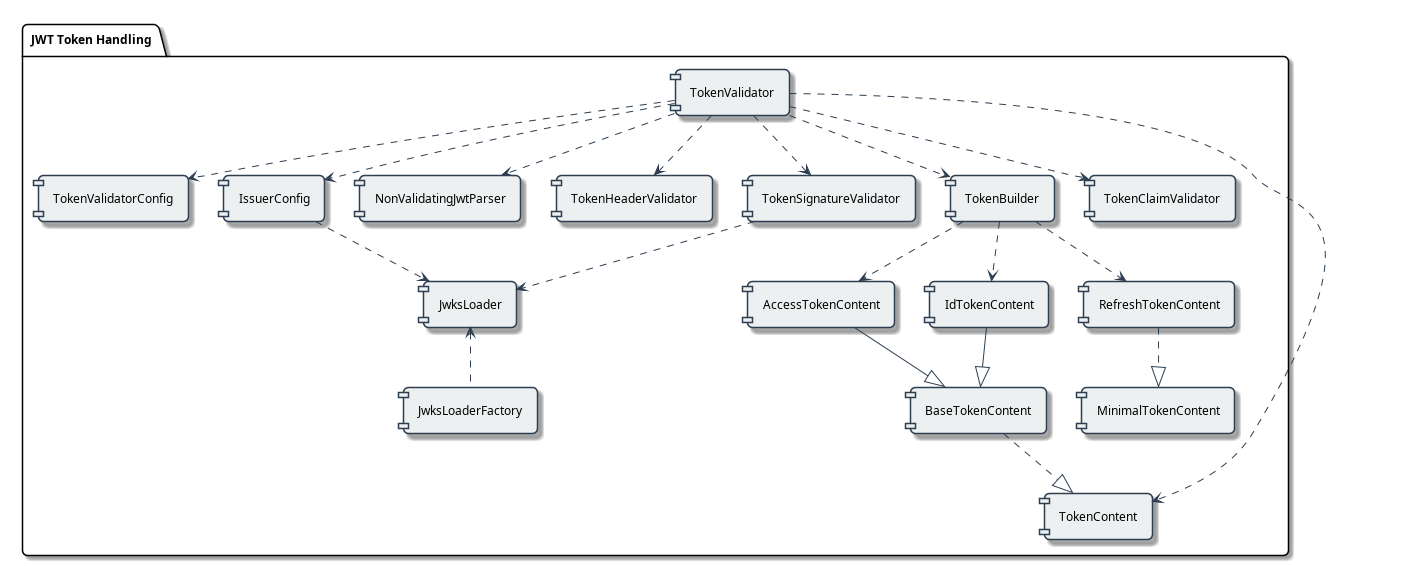
Before: doc/plantuml/component-overview.png, a diagram exported from PlantUML (cuioss/cui-jwt-validation). Its source is kept beside it as doc/plantuml/component-overview.puml.
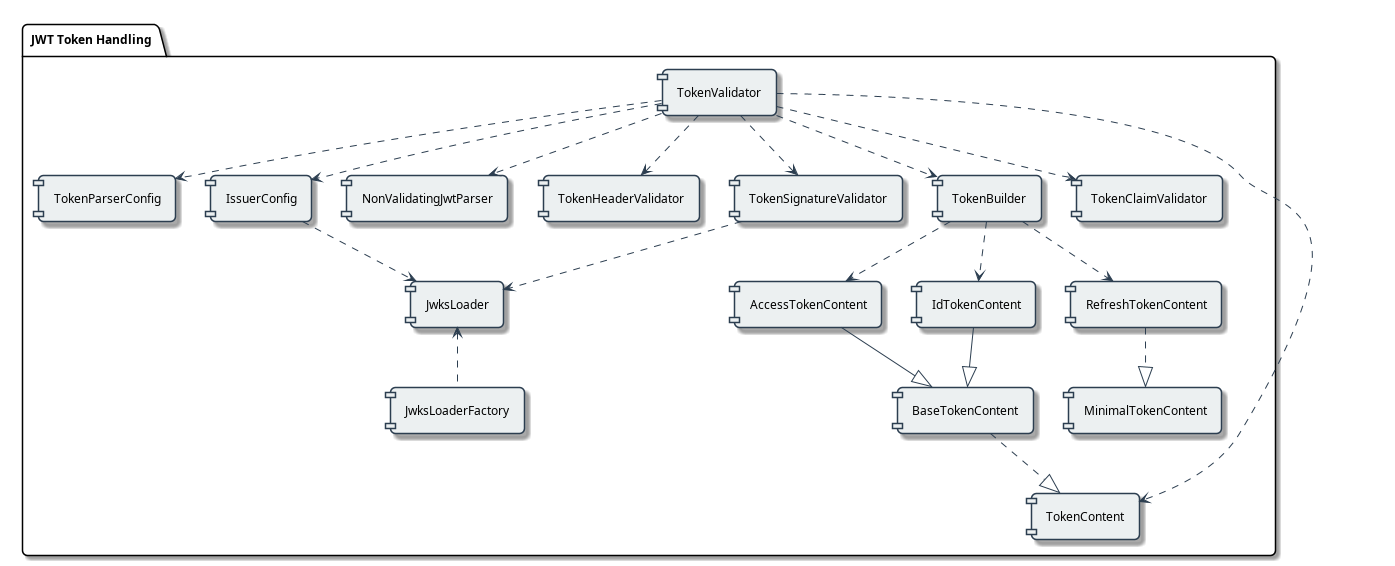
The same file after the commit.

Change to the diagram source:
```diff
@@ -2,7 +2,7 @@
 !include plantuml.skin
 
 package "JWT Token Handling" {
-  [TokenValidator] ..> [TokenValidatorConfig]
+  [TokenValidator] ..> [TokenParserConfig]
   [TokenValidator] ..> [IssuerConfig]
   [TokenValidator] ..> [NonValidatingJwtParser]
   [TokenValidator] ..> [TokenHeaderValidator]
```
